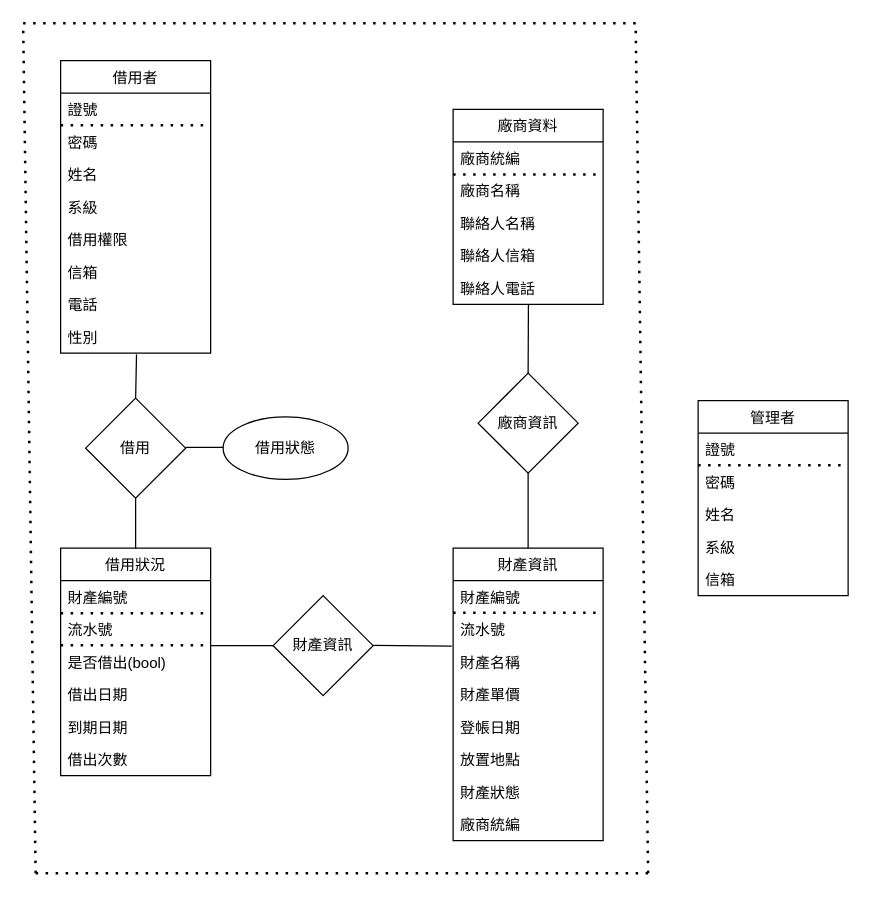
The draw.io diagram page "ER" (2 of 2) of equipment_lend/modles_picture/equipment.drawio in jease0502/aiclub_web, before the edit. Source tidied: cells renumbered, new cells numbered last; positions are measured from the earlier drawing's top-left corner, leaving out a move shared by most shapes. Both pictures are drawn from the tidied source at 125%, with x=0, y=0 at pixel (22, 22).
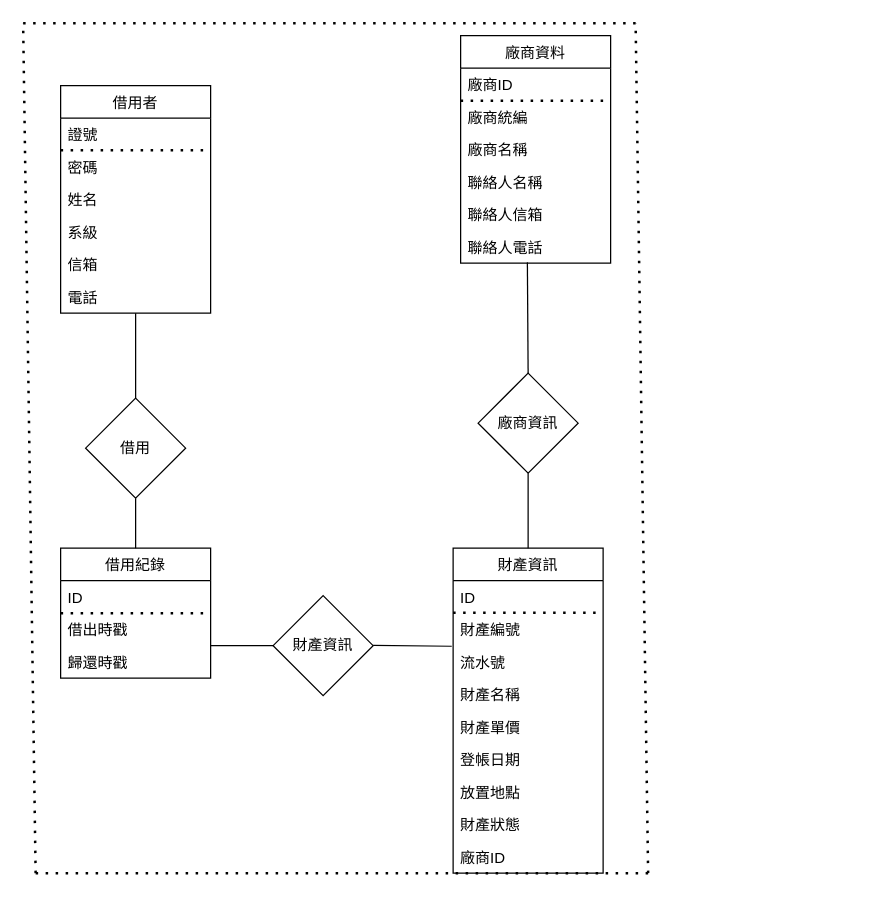
The same diagram, later.

The change refers to these unchanged cells:
```xml
<mxCell id="49" value="借用" style="rhombus;whiteSpace=wrap;html=1;" parent="1" vertex="1">
  <mxGeometry x="50" y="300" width="80" height="80" as="geometry" />
</mxCell>
```

The edit, as a diff of the source:
```diff
@@
-    <mxCell id="2" value="財產資訊" style="swimlane;fontStyle=0;horizontal=1;startSize=26;fillColor=none;" parent="1" vertex="1">
-      <mxGeometry x="344" y="420" width="120" height="234" as="geometry" />
-    </mxCell>
-    <mxCell id="3" style="endArrow=none;dashed=1;html=1;dashPattern=1 3;strokeWidth=2;" parent="2" edge="1">
-      <mxGeometry relative="1" as="geometry">
-        <mxPoint y="51.7" as="sourcePoint" />
-        <mxPoint x="120" y="51.7" as="targetPoint" />
-      </mxGeometry>
-    </mxCell>
-    <mxCell id="4" value="財產編號" style="text;strokeColor=none;fillColor=none;align=left;verticalAlign=top;spacingLeft=4;spacingRight=4;overflow=hidden;" parent="2" vertex="1">
-      <mxGeometry y="26" width="120" height="26" as="geometry" />
-    </mxCell>
-    <mxCell id="5" value="流水號" style="text;strokeColor=none;fillColor=none;align=left;verticalAlign=top;spacingLeft=4;spacingRight=4;overflow=hidden;" parent="2" vertex="1">
-      <mxGeometry y="52" width="120" height="26" as="geometry" />
-    </mxCell>
-    <mxCell id="6" value="財產名稱" style="text;strokeColor=none;fillColor=none;align=left;verticalAlign=top;spacingLeft=4;spacingRight=4;overflow=hidden;points=[[0,0.5],[1,0.5]];portConstraint=eastwest;" parent="2" vertex="1">
-      <mxGeometry y="78" width="120" height="26" as="geometry" />
-    </mxCell>
-    <mxCell id="7" value="財產單價" style="text;strokeColor=none;fillColor=none;align=left;verticalAlign=top;spacingLeft=4;spacingRight=4;overflow=hidden;" parent="2" vertex="1">
-      <mxGeometry y="104" width="120" height="26" as="geometry" />
-    </mxCell>
-    <mxCell id="8" value="登帳日期" style="text;strokeColor=none;fillColor=none;align=left;verticalAlign=top;spacingLeft=4;spacingRight=4;overflow=hidden;" parent="2" vertex="1">
-      <mxGeometry y="130" width="120" height="26" as="geometry" />
-    </mxCell>
-    <mxCell id="9" value="放置地點" style="text;strokeColor=none;fillColor=none;align=left;verticalAlign=top;spacingLeft=4;spacingRight=4;overflow=hidden;" parent="2" vertex="1">
-      <mxGeometry y="156" width="120" height="26" as="geometry" />
-    </mxCell>
-    <mxCell id="10" value="財產狀態" style="text;strokeColor=none;fillColor=none;align=left;verticalAlign=top;spacingLeft=4;spacingRight=4;overflow=hidden;" parent="2" vertex="1">
-      <mxGeometry y="182" width="120" height="26" as="geometry" />
-    </mxCell>
-    <mxCell id="11" value="廠商統編&#10;" style="text;strokeColor=none;fillColor=none;align=left;verticalAlign=top;spacingLeft=4;spacingRight=4;overflow=hidden;" parent="2" vertex="1">
-      <mxGeometry y="208" width="120" height="26" as="geometry" />
-    </mxCell>
-    <mxCell id="12" value="借用狀況" style="swimlane;fontStyle=0;horizontal=1;startSize=26;fillColor=none;" parent="1" vertex="1">
-      <mxGeometry x="30" y="420" width="120" height="182" as="geometry" />
-    </mxCell>
-    <mxCell id="13" value="財產編號" style="text;strokeColor=none;fillColor=none;align=left;verticalAlign=top;spacingLeft=4;spacingRight=4;overflow=hidden;" parent="12" vertex="1">
-      <mxGeometry y="26" width="120" height="26" as="geometry" />
-    </mxCell>
-    <mxCell id="14" style="endArrow=none;dashed=1;html=1;dashPattern=1 3;strokeWidth=2;" parent="12" edge="1">
-      <mxGeometry relative="1" as="geometry">
-        <mxPoint y="52" as="sourcePoint" />
-        <mxPoint x="120" y="52" as="targetPoint" />
-      </mxGeometry>
-    </mxCell>
-    <mxCell id="15" value="流水號" style="text;strokeColor=none;fillColor=none;align=left;verticalAlign=top;spacingLeft=4;spacingRight=4;overflow=hidden;" parent="12" vertex="1">
-      <mxGeometry y="52" width="120" height="26" as="geometry" />
-    </mxCell>
-    <mxCell id="16" style="endArrow=none;dashed=1;html=1;dashPattern=1 3;strokeWidth=2;" parent="12" edge="1">
-      <mxGeometry relative="1" as="geometry">
-        <mxPoint y="77.7" as="sourcePoint" />
-        <mxPoint x="120" y="77.7" as="targetPoint" />
-      </mxGeometry>
-    </mxCell>
-    <mxCell id="17" value="是否借出(bool)" style="text;strokeColor=none;fillColor=none;align=left;verticalAlign=top;spacingLeft=4;spacingRight=4;overflow=hidden;" parent="12" vertex="1">
-      <mxGeometry y="78" width="120" height="26" as="geometry" />
-    </mxCell>
-    <mxCell id="18" value="借出日期" style="text;strokeColor=none;fillColor=none;align=left;verticalAlign=top;spacingLeft=4;spacingRight=4;overflow=hidden;" parent="12" vertex="1">
-      <mxGeometry y="104" width="120" height="26" as="geometry" />
-    </mxCell>
-    <mxCell id="19" value="到期日期&#10;" style="text;strokeColor=none;fillColor=none;align=left;verticalAlign=top;spacingLeft=4;spacingRight=4;overflow=hidden;" parent="12" vertex="1">
-      <mxGeometry y="130" width="120" height="26" as="geometry" />
-    </mxCell>
-    <mxCell id="20" value="借出次數&#10;" style="text;strokeColor=none;fillColor=none;align=left;verticalAlign=top;spacingLeft=4;spacingRight=4;overflow=hidden;" parent="12" vertex="1">
-      <mxGeometry y="156" width="120" height="26" as="geometry" />
-    </mxCell>
-    <mxCell id="21" value="管理者" style="swimlane;fontStyle=0;horizontal=1;startSize=26;fillColor=none;" parent="1" vertex="1">
-      <mxGeometry x="540" y="302" width="120" height="156" as="geometry" />
-    </mxCell>
-    <mxCell id="22" value="證號&#10;" style="text;strokeColor=none;fillColor=none;align=left;verticalAlign=top;spacingLeft=4;spacingRight=4;overflow=hidden;" parent="21" vertex="1">
-      <mxGeometry y="26" width="120" height="26" as="geometry" />
-    </mxCell>
-    <mxCell id="23" style="endArrow=none;dashed=1;html=1;dashPattern=1 3;strokeWidth=2;" parent="21" edge="1">
-      <mxGeometry relative="1" as="geometry">
-        <mxPoint y="51.7" as="sourcePoint" />
-        <mxPoint x="120" y="51.7" as="targetPoint" />
-      </mxGeometry>
-    </mxCell>
-    <mxCell id="24" value="密碼" style="text;strokeColor=none;fillColor=none;align=left;verticalAlign=top;spacingLeft=4;spacingRight=4;overflow=hidden;" parent="21" vertex="1">
-      <mxGeometry y="52" width="120" height="26" as="geometry" />
-    </mxCell>
-    <mxCell id="25" value="姓名" style="text;strokeColor=none;fillColor=none;align=left;verticalAlign=top;spacingLeft=4;spacingRight=4;overflow=hidden;" parent="21" vertex="1">
-      <mxGeometry y="78" width="120" height="26" as="geometry" />
-    </mxCell>
-    <mxCell id="26" value="系級" style="text;strokeColor=none;fillColor=none;align=left;verticalAlign=top;spacingLeft=4;spacingRight=4;overflow=hidden;" parent="21" vertex="1">
-      <mxGeometry y="104" width="120" height="26" as="geometry" />
-    </mxCell>
-    <mxCell id="27" value="信箱" style="text;strokeColor=none;fillColor=none;align=left;verticalAlign=top;spacingLeft=4;spacingRight=4;overflow=hidden;" parent="21" vertex="1">
-      <mxGeometry y="130" width="120" height="26" as="geometry" />
-    </mxCell>
-    <mxCell id="28" value="借用者" style="swimlane;fontStyle=0;horizontal=1;startSize=26;fillColor=none;" parent="1" vertex="1">
-      <mxGeometry x="30" y="30" width="120" height="234" as="geometry" />
-    </mxCell>
-    <mxCell id="29" style="endArrow=none;dashed=1;html=1;dashPattern=1 3;strokeWidth=2;" parent="28" edge="1">
-      <mxGeometry relative="1" as="geometry">
-        <mxPoint y="51.7" as="sourcePoint" />
-        <mxPoint x="120" y="51.7" as="targetPoint" />
-      </mxGeometry>
-    </mxCell>
-    <mxCell id="30" value="證號&#10;" style="text;strokeColor=none;fillColor=none;align=left;verticalAlign=top;spacingLeft=4;spacingRight=4;overflow=hidden;" parent="28" vertex="1">
-      <mxGeometry y="26" width="120" height="26" as="geometry" />
-    </mxCell>
-    <mxCell id="31" value="密碼" style="text;strokeColor=none;fillColor=none;align=left;verticalAlign=top;spacingLeft=4;spacingRight=4;overflow=hidden;" parent="28" vertex="1">
-      <mxGeometry y="52" width="120" height="26" as="geometry" />
-    </mxCell>
-    <mxCell id="32" value="姓名" style="text;strokeColor=none;fillColor=none;align=left;verticalAlign=top;spacingLeft=4;spacingRight=4;overflow=hidden;" parent="28" vertex="1">
-      <mxGeometry y="78" width="120" height="26" as="geometry" />
-    </mxCell>
-    <mxCell id="33" value="系級" style="text;strokeColor=none;fillColor=none;align=left;verticalAlign=top;spacingLeft=4;spacingRight=4;overflow=hidden;" parent="28" vertex="1">
-      <mxGeometry y="104" width="120" height="26" as="geometry" />
-    </mxCell>
-    <mxCell id="34" value="借用權限" style="text;strokeColor=none;fillColor=none;align=left;verticalAlign=top;spacingLeft=4;spacingRight=4;overflow=hidden;" parent="28" vertex="1">
-      <mxGeometry y="130" width="120" height="26" as="geometry" />
-    </mxCell>
-    <mxCell id="35" value="信箱" style="text;strokeColor=none;fillColor=none;align=left;verticalAlign=top;spacingLeft=4;spacingRight=4;overflow=hidden;" parent="28" vertex="1">
-      <mxGeometry y="156" width="120" height="26" as="geometry" />
-    </mxCell>
-    <mxCell id="36" value="電話" style="text;strokeColor=none;fillColor=none;align=left;verticalAlign=top;spacingLeft=4;spacingRight=4;overflow=hidden;" parent="28" vertex="1">
-      <mxGeometry y="182" width="120" height="26" as="geometry" />
-    </mxCell>
-    <mxCell id="37" value="性別" style="text;strokeColor=none;fillColor=none;align=left;verticalAlign=top;spacingLeft=4;spacingRight=4;overflow=hidden;points=[[0,0.5],[1,0.5]];portConstraint=eastwest;" parent="28" vertex="1">
-      <mxGeometry y="208" width="120" height="26" as="geometry" />
-    </mxCell>
-    <mxCell id="38" value="廠商資料" style="swimlane;fontStyle=0;horizontal=1;startSize=26;fillColor=none;" parent="1" vertex="1">
-      <mxGeometry x="344" y="69" width="120" height="156" as="geometry" />
-    </mxCell>
-    <mxCell id="39" value="廠商統編&#10;" style="text;strokeColor=none;fillColor=none;align=left;verticalAlign=top;spacingLeft=4;spacingRight=4;overflow=hidden;" parent="38" vertex="1">
-      <mxGeometry y="26" width="120" height="26" as="geometry" />
-    </mxCell>
-    <mxCell id="40" style="endArrow=none;dashed=1;html=1;dashPattern=1 3;strokeWidth=2;" parent="38" edge="1">
-      <mxGeometry relative="1" as="geometry">
-        <mxPoint y="52" as="sourcePoint" />
-        <mxPoint x="120" y="52" as="targetPoint" />
-      </mxGeometry>
-    </mxCell>
-    <mxCell id="41" value="廠商名稱" style="text;strokeColor=none;fillColor=none;align=left;verticalAlign=top;spacingLeft=4;spacingRight=4;overflow=hidden;" parent="38" vertex="1">
-      <mxGeometry y="52" width="120" height="26" as="geometry" />
-    </mxCell>
-    <mxCell id="42" value="聯絡人名稱" style="text;strokeColor=none;fillColor=none;align=left;verticalAlign=top;spacingLeft=4;spacingRight=4;overflow=hidden;" parent="38" vertex="1">
-      <mxGeometry y="78" width="120" height="26" as="geometry" />
-    </mxCell>
-    <mxCell id="43" value="聯絡人信箱" style="text;strokeColor=none;fillColor=none;align=left;verticalAlign=top;spacingLeft=4;spacingRight=4;overflow=hidden;" parent="38" vertex="1">
-      <mxGeometry y="104" width="120" height="26" as="geometry" />
-    </mxCell>
-    <mxCell id="44" value="聯絡人電話" style="text;strokeColor=none;fillColor=none;align=left;verticalAlign=top;spacingLeft=4;spacingRight=4;overflow=hidden;points=[[0,0.5],[1,0.5]];portConstraint=eastwest;" parent="38" vertex="1">
-      <mxGeometry y="130" width="120" height="26" as="geometry" />
-    </mxCell>
@@
-    <mxCell id="48" style="endArrow=none;html=1;entryX=-0.009;entryY=0.018;entryDx=0;entryDy=0;entryPerimeter=0;" parent="1" edge="1" target="6">
+    <mxCell id="48" style="endArrow=none;html=1;entryX=-0.009;entryY=0.018;entryDx=0;entryDy=0;entryPerimeter=0;" parent="1" edge="1">
       <mxGeometry relative="1" as="geometry">
         <mxPoint x="280" y="497.8" as="sourcePoint" />
+        <mxPoint x="342.9" y="498.5" as="targetPoint" />
       </mxGeometry>
     </mxCell>
@@
-    <mxCell id="50" style="endArrow=none;html=1;entryX=0.506;entryY=1.038;entryDx=0;entryDy=0;entryPerimeter=0;exitX=0.5;exitY=0;exitDx=0;exitDy=0;" parent="1" edge="1" source="49" target="37">
+    <mxCell id="50" style="endArrow=none;html=1;entryX=0.5;entryY=1;entryDx=0;entryDy=0;exitX=0.5;exitY=0;exitDx=0;exitDy=0;" parent="1" edge="1" source="49" target="28">
       <mxGeometry relative="1" as="geometry" />
     </mxCell>
@@
-    <mxCell id="52" value="借用狀態" style="ellipse;whiteSpace=wrap;html=1;" parent="1" vertex="1">
-      <mxGeometry x="160" y="315" width="100" height="50" as="geometry" />
-    </mxCell>
-    <mxCell id="53" style="endArrow=none;html=1;" parent="1" edge="1">
-      <mxGeometry relative="1" as="geometry">
-        <mxPoint x="130" y="339.4" as="sourcePoint" />
-        <mxPoint x="160" y="339.4" as="targetPoint" />
-      </mxGeometry>
-    </mxCell>
-    <mxCell id="54" style="endArrow=none;html=1;entryX=0.502;entryY=1;entryDx=0;entryDy=0;entryPerimeter=0;" parent="1" edge="1" target="44">
+    <mxCell id="54" style="endArrow=none;html=1;entryX=0.445;entryY=0.977;entryDx=0;entryDy=0;entryPerimeter=0;" parent="1" edge="1" target="44">
       <mxGeometry relative="1" as="geometry">
         <mxPoint x="404" y="280" as="sourcePoint" />
       </mxGeometry>
     </mxCell>
@@
+    <mxCell id="60" value="借用紀錄" style="swimlane;fontStyle=0;horizontal=1;startSize=26;fillColor=none;" parent="1" vertex="1">
+      <mxGeometry x="30" y="420" width="120" height="104" as="geometry" />
+    </mxCell>
+    <mxCell id="61" value="ID" style="text;strokeColor=none;fillColor=none;align=left;verticalAlign=top;spacingLeft=4;spacingRight=4;overflow=hidden;" parent="60" vertex="1">
+      <mxGeometry y="26" width="120" height="26" as="geometry" />
+    </mxCell>
+    <mxCell id="62" style="endArrow=none;dashed=1;html=1;dashPattern=1 3;strokeWidth=2;" parent="60" edge="1">
+      <mxGeometry relative="1" as="geometry">
+        <mxPoint y="52" as="sourcePoint" />
+        <mxPoint x="120" y="52" as="targetPoint" />
+      </mxGeometry>
+    </mxCell>
+    <mxCell id="63" value="借出時戳" style="text;strokeColor=none;fillColor=none;align=left;verticalAlign=top;spacingLeft=4;spacingRight=4;overflow=hidden;" parent="60" vertex="1">
+      <mxGeometry y="52" width="120" height="26" as="geometry" />
+    </mxCell>
+    <mxCell id="64" value="歸還時戳" style="text;strokeColor=none;fillColor=none;align=left;verticalAlign=top;spacingLeft=4;spacingRight=4;overflow=hidden;" parent="60" vertex="1">
+      <mxGeometry y="78" width="120" height="26" as="geometry" />
+    </mxCell>
+    <mxCell id="2" value="財產資訊" style="swimlane;fontStyle=0;horizontal=1;startSize=26;fillColor=none;" parent="1" vertex="1">
+      <mxGeometry x="344" y="420" width="120" height="260" as="geometry" />
+    </mxCell>
+    <mxCell id="65" value="ID" style="text;strokeColor=none;fillColor=none;align=left;verticalAlign=top;spacingLeft=4;spacingRight=4;overflow=hidden;" parent="2" vertex="1">
+      <mxGeometry y="26" width="120" height="26" as="geometry" />
+    </mxCell>
+    <mxCell id="66" value="財產編號" style="text;strokeColor=none;fillColor=none;align=left;verticalAlign=top;spacingLeft=4;spacingRight=4;overflow=hidden;" parent="2" vertex="1">
+      <mxGeometry y="52" width="120" height="26" as="geometry" />
+    </mxCell>
+    <mxCell id="67" style="endArrow=none;dashed=1;html=1;dashPattern=1 3;strokeWidth=2;" parent="2" edge="1">
+      <mxGeometry relative="1" as="geometry">
+        <mxPoint y="51.7" as="sourcePoint" />
+        <mxPoint x="120" y="51.7" as="targetPoint" />
+      </mxGeometry>
+    </mxCell>
+    <mxCell id="68" value="流水號" style="text;strokeColor=none;fillColor=none;align=left;verticalAlign=top;spacingLeft=4;spacingRight=4;overflow=hidden;" parent="2" vertex="1">
+      <mxGeometry y="78" width="120" height="26" as="geometry" />
+    </mxCell>
+    <mxCell id="6" value="財產名稱" style="text;strokeColor=none;fillColor=none;align=left;verticalAlign=top;spacingLeft=4;spacingRight=4;overflow=hidden;points=[[0,0.5],[1,0.5]];portConstraint=eastwest;" parent="2" vertex="1">
+      <mxGeometry y="104" width="120" height="26" as="geometry" />
+    </mxCell>
+    <mxCell id="7" value="財產單價" style="text;strokeColor=none;fillColor=none;align=left;verticalAlign=top;spacingLeft=4;spacingRight=4;overflow=hidden;" parent="2" vertex="1">
+      <mxGeometry y="130" width="120" height="26" as="geometry" />
+    </mxCell>
+    <mxCell id="8" value="登帳日期" style="text;strokeColor=none;fillColor=none;align=left;verticalAlign=top;spacingLeft=4;spacingRight=4;overflow=hidden;" parent="2" vertex="1">
+      <mxGeometry y="156" width="120" height="26" as="geometry" />
+    </mxCell>
+    <mxCell id="9" value="放置地點" style="text;strokeColor=none;fillColor=none;align=left;verticalAlign=top;spacingLeft=4;spacingRight=4;overflow=hidden;" parent="2" vertex="1">
+      <mxGeometry y="182" width="120" height="26" as="geometry" />
+    </mxCell>
+    <mxCell id="10" value="財產狀態" style="text;strokeColor=none;fillColor=none;align=left;verticalAlign=top;spacingLeft=4;spacingRight=4;overflow=hidden;" parent="2" vertex="1">
+      <mxGeometry y="208" width="120" height="26" as="geometry" />
+    </mxCell>
+    <mxCell id="69" value="廠商ID" style="text;strokeColor=none;fillColor=none;align=left;verticalAlign=top;spacingLeft=4;spacingRight=4;overflow=hidden;" parent="2" vertex="1">
+      <mxGeometry y="234" width="120" height="26" as="geometry" />
+    </mxCell>
+    <mxCell id="28" value="借用者" style="swimlane;fontStyle=0;horizontal=1;startSize=26;fillColor=none;" parent="1" vertex="1">
+      <mxGeometry x="30" y="50" width="120" height="182" as="geometry" />
+    </mxCell>
+    <mxCell id="70" style="endArrow=none;dashed=1;html=1;dashPattern=1 3;strokeWidth=2;" parent="28" edge="1">
+      <mxGeometry relative="1" as="geometry">
+        <mxPoint y="51.7" as="sourcePoint" />
+        <mxPoint x="120" y="51.7" as="targetPoint" />
+      </mxGeometry>
+    </mxCell>
+    <mxCell id="71" value="證號&#10;" style="text;strokeColor=none;fillColor=none;align=left;verticalAlign=top;spacingLeft=4;spacingRight=4;overflow=hidden;" parent="28" vertex="1">
+      <mxGeometry y="26" width="120" height="26" as="geometry" />
+    </mxCell>
+    <mxCell id="72" value="密碼" style="text;strokeColor=none;fillColor=none;align=left;verticalAlign=top;spacingLeft=4;spacingRight=4;overflow=hidden;" parent="28" vertex="1">
+      <mxGeometry y="52" width="120" height="26" as="geometry" />
+    </mxCell>
+    <mxCell id="73" value="姓名" style="text;strokeColor=none;fillColor=none;align=left;verticalAlign=top;spacingLeft=4;spacingRight=4;overflow=hidden;" parent="28" vertex="1">
+      <mxGeometry y="78" width="120" height="26" as="geometry" />
+    </mxCell>
+    <mxCell id="74" value="系級" style="text;strokeColor=none;fillColor=none;align=left;verticalAlign=top;spacingLeft=4;spacingRight=4;overflow=hidden;" parent="28" vertex="1">
+      <mxGeometry y="104" width="120" height="26" as="geometry" />
+    </mxCell>
+    <mxCell id="27" value="信箱" style="text;strokeColor=none;fillColor=none;align=left;verticalAlign=top;spacingLeft=4;spacingRight=4;overflow=hidden;" parent="28" vertex="1">
+      <mxGeometry y="130" width="120" height="26" as="geometry" />
+    </mxCell>
+    <mxCell id="36" value="電話" style="text;strokeColor=none;fillColor=none;align=left;verticalAlign=top;spacingLeft=4;spacingRight=4;overflow=hidden;" parent="28" vertex="1">
+      <mxGeometry y="156" width="120" height="26" as="geometry" />
+    </mxCell>
+    <mxCell id="38" value="廠商資料" style="swimlane;fontStyle=0;horizontal=1;startSize=26;fillColor=none;" parent="1" vertex="1">
+      <mxGeometry x="350" y="10" width="120" height="182" as="geometry" />
+    </mxCell>
+    <mxCell id="75" value="廠商ID&#10;" style="text;strokeColor=none;fillColor=none;align=left;verticalAlign=top;spacingLeft=4;spacingRight=4;overflow=hidden;" parent="38" vertex="1">
+      <mxGeometry y="26" width="120" height="26" as="geometry" />
+    </mxCell>
+    <mxCell id="76" value="廠商統編&#10;" style="text;strokeColor=none;fillColor=none;align=left;verticalAlign=top;spacingLeft=4;spacingRight=4;overflow=hidden;" parent="38" vertex="1">
+      <mxGeometry y="52" width="120" height="26" as="geometry" />
+    </mxCell>
+    <mxCell id="77" style="endArrow=none;dashed=1;html=1;dashPattern=1 3;strokeWidth=2;" parent="38" edge="1">
+      <mxGeometry relative="1" as="geometry">
+        <mxPoint y="52" as="sourcePoint" />
+        <mxPoint x="120" y="52" as="targetPoint" />
+      </mxGeometry>
+    </mxCell>
+    <mxCell id="41" value="廠商名稱" style="text;strokeColor=none;fillColor=none;align=left;verticalAlign=top;spacingLeft=4;spacingRight=4;overflow=hidden;" parent="38" vertex="1">
+      <mxGeometry y="78" width="120" height="26" as="geometry" />
+    </mxCell>
+    <mxCell id="42" value="聯絡人名稱" style="text;strokeColor=none;fillColor=none;align=left;verticalAlign=top;spacingLeft=4;spacingRight=4;overflow=hidden;" parent="38" vertex="1">
+      <mxGeometry y="104" width="120" height="26" as="geometry" />
+    </mxCell>
+    <mxCell id="43" value="聯絡人信箱" style="text;strokeColor=none;fillColor=none;align=left;verticalAlign=top;spacingLeft=4;spacingRight=4;overflow=hidden;" parent="38" vertex="1">
+      <mxGeometry y="130" width="120" height="26" as="geometry" />
+    </mxCell>
+    <mxCell id="44" value="聯絡人電話" style="text;strokeColor=none;fillColor=none;align=left;verticalAlign=top;spacingLeft=4;spacingRight=4;overflow=hidden;points=[[0,0.5],[1,0.5]];portConstraint=eastwest;" parent="38" vertex="1">
+      <mxGeometry y="156" width="120" height="26" as="geometry" />
+    </mxCell>
```
